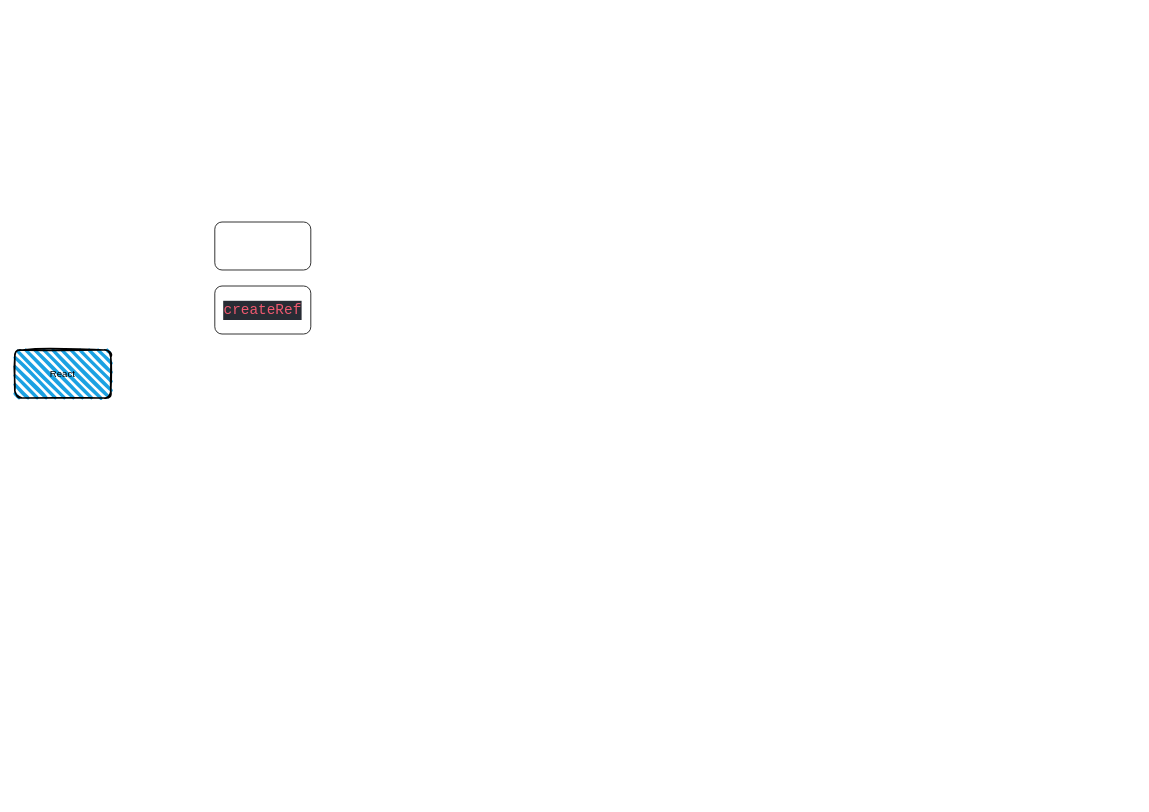
Before: arec16.8.drawio in honshena/study, a draw.io diagram. Source tidied: cells renumbered, new cells numbered last; positions are measured from the earlier drawing's top-left corner, leaving out a move shared by most shapes. Both pictures are drawn from the tidied source at 80%, with x=0, y=0 at pixel (14, 222).
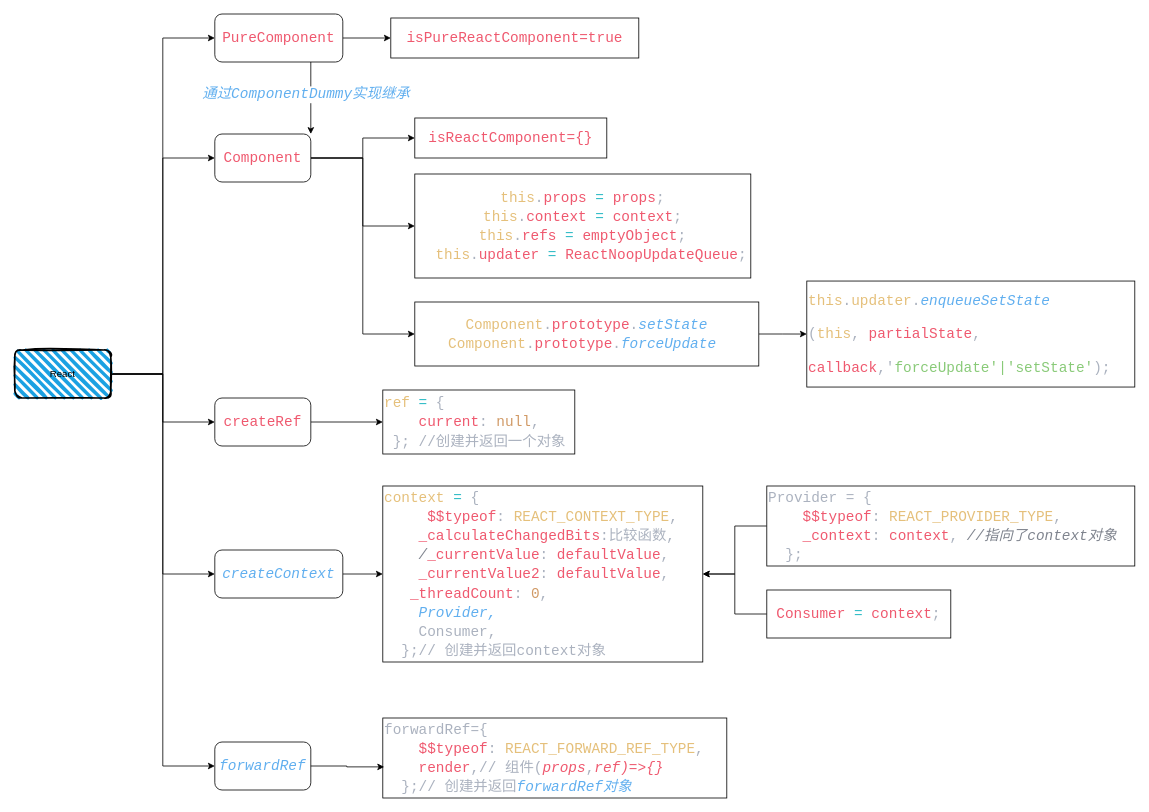
The same diagram, later.

Unchanged cells that the change refers to:
```xml
<mxCell id="2" value="React" style="rounded=1;whiteSpace=wrap;html=1;strokeWidth=2;fillWeight=4;hachureGap=8;hachureAngle=45;fillColor=#1ba1e2;sketch=1;" parent="1" vertex="1">
  <mxGeometry y="160" width="120" height="60" as="geometry" />
</mxCell>
```

Change to the diagram source:
```diff
@@
+    <mxCell id="5" style="edgeStyle=orthogonalEdgeStyle;rounded=0;jettySize=auto;html=1;exitX=1;exitY=0.5;exitDx=0;exitDy=0;entryX=0;entryY=0.5;entryDx=0;entryDy=0;" parent="1" edge="1" source="2" target="4">
+      <mxGeometry relative="1" as="geometry" />
+    </mxCell>
+    <mxCell id="6" style="edgeStyle=orthogonalEdgeStyle;rounded=0;jettySize=auto;html=1;exitX=1;exitY=0.5;exitDx=0;exitDy=0;entryX=0;entryY=0.5;entryDx=0;entryDy=0;" parent="1" edge="1" source="2" target="3">
+      <mxGeometry relative="1" as="geometry" />
+    </mxCell>
+    <mxCell id="7" style="edgeStyle=orthogonalEdgeStyle;rounded=0;jettySize=auto;html=1;exitX=1;exitY=0.5;exitDx=0;exitDy=0;entryX=0;entryY=0.5;entryDx=0;entryDy=0;" parent="1" edge="1" source="2" target="16">
+      <mxGeometry relative="1" as="geometry" />
+    </mxCell>
+    <mxCell id="8" style="edgeStyle=orthogonalEdgeStyle;rounded=0;jettySize=auto;html=1;exitX=1;exitY=0.5;exitDx=0;exitDy=0;entryX=0;entryY=0.5;entryDx=0;entryDy=0;" parent="1" edge="1" source="2" target="20">
+      <mxGeometry relative="1" as="geometry" />
+    </mxCell>
+    <mxCell id="9" style="edgeStyle=orthogonalEdgeStyle;rounded=0;jettySize=auto;html=1;exitX=1;exitY=0.5;exitDx=0;exitDy=0;entryX=0;entryY=0.5;entryDx=0;entryDy=0;" parent="1" edge="1" source="2" target="32">
+      <mxGeometry relative="1" as="geometry" />
+    </mxCell>
@@
+    <mxCell id="10" style="edgeStyle=orthogonalEdgeStyle;rounded=0;jettySize=auto;html=1;exitX=1;exitY=0.5;exitDx=0;exitDy=0;entryX=0;entryY=0.5;entryDx=0;entryDy=0;" parent="1" edge="1" source="3" target="27">
+      <mxGeometry relative="1" as="geometry" />
+    </mxCell>
-    <mxCell id="3" style="rounded=1;whiteSpace=wrap;html=1;" parent="1" vertex="1">
-      <mxGeometry x="250" width="120" height="60" as="geometry" />
+    <mxCell id="3" value="&lt;div style=&quot;color: rgb(171, 178, 191); font-family: &amp;quot;Fira code&amp;quot;, Consolas, &amp;quot;Courier New&amp;quot;, monospace, Consolas, &amp;quot;Courier New&amp;quot;, monospace; font-size: 18px; line-height: 24px; white-space: pre;&quot;&gt;&lt;span style=&quot;color: rgb(97, 175, 239); font-style: italic; background-color: rgb(255, 255, 255);&quot;&gt;createContext&lt;/span&gt;&lt;/div&gt;" style="rounded=1;whiteSpace=wrap;html=1;" parent="1" vertex="1">
+      <mxGeometry x="250" y="410" width="160" height="60" as="geometry" />
     </mxCell>
+    <mxCell id="11" style="edgeStyle=orthogonalEdgeStyle;rounded=0;jettySize=auto;html=1;exitX=1;exitY=0.5;exitDx=0;exitDy=0;" parent="1" edge="1" source="4" target="12">
+      <mxGeometry relative="1" as="geometry" />
+    </mxCell>
-    <mxCell id="4" value="&lt;div style=&quot;color: rgb(171, 178, 191); background-color: rgb(40, 44, 52); font-family: &amp;quot;Fira code&amp;quot;, Consolas, &amp;quot;Courier New&amp;quot;, monospace, Consolas, &amp;quot;Courier New&amp;quot;, monospace; font-size: 18px; line-height: 24px; white-space: pre;&quot;&gt;&lt;span style=&quot;color: #ef596f;&quot;&gt;createRef&lt;/span&gt;&lt;/div&gt;" style="rounded=1;whiteSpace=wrap;html=1;" parent="1" vertex="1">
-      <mxGeometry x="250" y="80" width="120" height="60" as="geometry" />
+    <mxCell id="4" value="&lt;div style=&quot;color: rgb(171, 178, 191); font-family: &amp;quot;Fira code&amp;quot;, Consolas, &amp;quot;Courier New&amp;quot;, monospace, Consolas, &amp;quot;Courier New&amp;quot;, monospace; font-size: 18px; line-height: 24px; white-space: pre;&quot;&gt;&lt;span style=&quot;color: rgb(239, 89, 111); background-color: rgb(255, 255, 255);&quot;&gt;createRef&lt;/span&gt;&lt;/div&gt;" style="rounded=1;whiteSpace=wrap;html=1;" parent="1" vertex="1">
+      <mxGeometry x="250" y="220" width="120" height="60" as="geometry" />
     </mxCell>
+    <mxCell id="12" value="&lt;div style=&quot;color: rgb(171, 178, 191); font-family: &amp;quot;Fira code&amp;quot;, Consolas, &amp;quot;Courier New&amp;quot;, monospace, Consolas, &amp;quot;Courier New&amp;quot;, monospace; font-size: 18px; line-height: 24px; white-space: pre;&quot;&gt;&lt;div style=&quot;&quot;&gt;&lt;span style=&quot;background-color: rgb(255, 255, 255);&quot;&gt;&lt;span style=&quot;color: rgb(229, 192, 123);&quot;&gt;ref&lt;/span&gt; &lt;span style=&quot;color: rgb(43, 186, 197);&quot;&gt;=&lt;/span&gt; {&lt;/span&gt;&lt;/div&gt;&lt;div style=&quot;&quot;&gt;&lt;span style=&quot;background-color: rgb(255, 255, 255);&quot;&gt;&amp;nbsp; &amp;nbsp; &lt;span style=&quot;color: #ef596f;&quot;&gt;current&lt;/span&gt;: &lt;span style=&quot;color: #d19a66;&quot;&gt;null&lt;/span&gt;,&lt;/span&gt;&lt;/div&gt;&lt;div style=&quot;&quot;&gt;&lt;span style=&quot;background-color: rgb(255, 255, 255);&quot;&gt;&amp;nbsp;}; //创建并返回一个对象&lt;/span&gt;&lt;/div&gt;&lt;/div&gt;" style="rounded=0;whiteSpace=wrap;html=1;align=left;" parent="1" vertex="1">
+      <mxGeometry x="460" y="210" width="240" height="80" as="geometry" />
+    </mxCell>
+    <mxCell id="13" style="edgeStyle=orthogonalEdgeStyle;rounded=0;jettySize=auto;html=1;exitX=1;exitY=0.5;exitDx=0;exitDy=0;entryX=0;entryY=0.5;entryDx=0;entryDy=0;" parent="1" edge="1" source="16" target="21">
+      <mxGeometry relative="1" as="geometry" />
+    </mxCell>
+    <mxCell id="14" style="edgeStyle=orthogonalEdgeStyle;rounded=0;jettySize=auto;html=1;exitX=1;exitY=0.5;exitDx=0;exitDy=0;entryX=0;entryY=0.5;entryDx=0;entryDy=0;" parent="1" edge="1" source="16" target="23">
+      <mxGeometry relative="1" as="geometry" />
+    </mxCell>
+    <mxCell id="15" style="edgeStyle=orthogonalEdgeStyle;rounded=0;jettySize=auto;html=1;exitX=1;exitY=0.5;exitDx=0;exitDy=0;entryX=0;entryY=0.5;entryDx=0;entryDy=0;" parent="1" edge="1" source="16" target="25">
+      <mxGeometry relative="1" as="geometry" />
+    </mxCell>
+    <mxCell id="16" value="&lt;div style=&quot;color: rgb(171, 178, 191); font-family: &amp;quot;Fira code&amp;quot;, Consolas, &amp;quot;Courier New&amp;quot;, monospace, Consolas, &amp;quot;Courier New&amp;quot;, monospace; font-size: 18px; line-height: 24px; white-space: pre;&quot;&gt;&lt;span style=&quot;color: rgb(239, 89, 111); background-color: rgb(255, 255, 255);&quot;&gt;Component&lt;/span&gt;&lt;/div&gt;" style="rounded=1;whiteSpace=wrap;html=1;" parent="1" vertex="1">
+      <mxGeometry x="250" y="-110" width="120" height="60" as="geometry" />
+    </mxCell>
+    <mxCell id="17" style="edgeStyle=orthogonalEdgeStyle;rounded=0;jettySize=auto;html=1;exitX=1;exitY=0.5;exitDx=0;exitDy=0;entryX=0;entryY=0.5;entryDx=0;entryDy=0;" parent="1" edge="1" source="20" target="22">
+      <mxGeometry relative="1" as="geometry" />
+    </mxCell>
+    <mxCell id="18" style="edgeStyle=orthogonalEdgeStyle;rounded=0;jettySize=auto;html=1;exitX=0.75;exitY=1;exitDx=0;exitDy=0;entryX=1;entryY=0;entryDx=0;entryDy=0;" parent="1" edge="1" source="20" target="16">
+      <mxGeometry relative="1" as="geometry" />
+    </mxCell>
+    <mxCell id="19" value="&lt;span style=&quot;color: rgb(97, 175, 239); font-family: &amp;quot;Fira code&amp;quot;, Consolas, &amp;quot;Courier New&amp;quot;, monospace, Consolas, &amp;quot;Courier New&amp;quot;, monospace; font-size: 18px; font-style: italic; white-space-collapse: preserve;&quot;&gt;通过ComponentDummy实现继承&lt;/span&gt;" style="edgeLabel;html=1;align=center;verticalAlign=middle;" parent="18" vertex="1">
+      <mxGeometry x="-0.12" y="-7" relative="1" as="geometry" />
+    </mxCell>
+    <mxCell id="20" value="&lt;div style=&quot;color: rgb(171, 178, 191); font-family: &amp;quot;Fira code&amp;quot;, Consolas, &amp;quot;Courier New&amp;quot;, monospace, Consolas, &amp;quot;Courier New&amp;quot;, monospace; font-size: 18px; line-height: 24px; white-space: pre;&quot;&gt;&lt;span style=&quot;color: rgb(239, 89, 111); background-color: rgb(255, 255, 255);&quot;&gt;PureComponent&lt;/span&gt;&lt;/div&gt;" style="rounded=1;whiteSpace=wrap;html=1;" parent="1" vertex="1">
+      <mxGeometry x="250" y="-260" width="160" height="60" as="geometry" />
+    </mxCell>
+    <mxCell id="21" value="&lt;div style=&quot;color: rgb(171, 178, 191); font-family: &amp;quot;Fira code&amp;quot;, Consolas, &amp;quot;Courier New&amp;quot;, monospace, Consolas, &amp;quot;Courier New&amp;quot;, monospace; font-size: 18px; line-height: 24px; white-space: pre;&quot;&gt;&lt;span style=&quot;color: rgb(239, 89, 111); background-color: rgb(255, 255, 255);&quot;&gt;isReactComponent={}&lt;/span&gt;&lt;/div&gt;" style="rounded=0;whiteSpace=wrap;html=1;" parent="1" vertex="1">
+      <mxGeometry x="500" y="-130" width="240" height="50" as="geometry" />
+    </mxCell>
+    <mxCell id="22" value="&lt;div style=&quot;color: rgb(171, 178, 191); font-family: &amp;quot;Fira code&amp;quot;, Consolas, &amp;quot;Courier New&amp;quot;, monospace, Consolas, &amp;quot;Courier New&amp;quot;, monospace; font-size: 18px; line-height: 24px; white-space: pre;&quot;&gt;&lt;span style=&quot;color: rgb(239, 89, 111); background-color: rgb(255, 255, 255);&quot;&gt;isPureReactComponent=true&lt;/span&gt;&lt;/div&gt;" style="rounded=0;whiteSpace=wrap;html=1;" parent="1" vertex="1">
+      <mxGeometry x="470" y="-255" width="310" height="50" as="geometry" />
+    </mxCell>
+    <mxCell id="23" value="&lt;div style=&quot;color: rgb(171, 178, 191); font-family: &amp;quot;Fira code&amp;quot;, Consolas, &amp;quot;Courier New&amp;quot;, monospace, Consolas, &amp;quot;Courier New&amp;quot;, monospace; font-size: 18px; line-height: 24px; white-space: pre;&quot;&gt;&lt;div style=&quot;line-height: 24px;&quot;&gt;&lt;div style=&quot;&quot;&gt;&lt;span style=&quot;color: rgb(229, 192, 123);&quot;&gt;this&lt;/span&gt;&lt;span style=&quot;background-color: rgb(255, 255, 255);&quot;&gt;.&lt;/span&gt;&lt;span style=&quot;color: rgb(239, 89, 111);&quot;&gt;props&lt;/span&gt;&lt;span style=&quot;background-color: rgb(255, 255, 255);&quot;&gt; &lt;/span&gt;&lt;span style=&quot;color: rgb(43, 186, 197);&quot;&gt;=&lt;/span&gt;&lt;span style=&quot;background-color: rgb(255, 255, 255);&quot;&gt; &lt;/span&gt;&lt;span style=&quot;color: rgb(239, 89, 111);&quot;&gt;props&lt;/span&gt;&lt;span style=&quot;background-color: rgb(255, 255, 255);&quot;&gt;;&lt;/span&gt;&lt;/div&gt;&lt;div style=&quot;&quot;&gt;&lt;span style=&quot;background-color: initial; color: rgb(229, 192, 123);&quot;&gt;this&lt;/span&gt;&lt;span style=&quot;background-color: rgb(255, 255, 255);&quot;&gt;.&lt;/span&gt;&lt;span style=&quot;background-color: initial; color: rgb(239, 89, 111);&quot;&gt;context&lt;/span&gt;&lt;span style=&quot;background-color: rgb(255, 255, 255);&quot;&gt; &lt;/span&gt;&lt;span style=&quot;background-color: initial; color: rgb(43, 186, 197);&quot;&gt;=&lt;/span&gt;&lt;span style=&quot;background-color: rgb(255, 255, 255);&quot;&gt; &lt;/span&gt;&lt;span style=&quot;background-color: initial; color: rgb(239, 89, 111);&quot;&gt;context&lt;/span&gt;&lt;span style=&quot;background-color: rgb(255, 255, 255);&quot;&gt;;&lt;/span&gt;&lt;/div&gt;&lt;div style=&quot;&quot;&gt;&lt;span style=&quot;background-color: rgb(255, 255, 255);&quot;&gt;&amp;nbsp;&lt;/span&gt;&lt;span style=&quot;background-color: rgb(255, 255, 255);&quot;&gt;&lt;span style=&quot;color: #e5c07b;&quot;&gt;this&lt;/span&gt;.&lt;span style=&quot;color: #ef596f;&quot;&gt;refs&lt;/span&gt; &lt;span style=&quot;color: #2bbac5;&quot;&gt;=&lt;/span&gt; &lt;span style=&quot;color: #ef596f;&quot;&gt;emptyObject&lt;/span&gt;;&lt;/span&gt;&lt;span style=&quot;background-color: rgb(255, 255, 255);&quot;&gt;&amp;nbsp;&lt;/span&gt;&lt;/div&gt;&lt;div style=&quot;&quot;&gt;&lt;span style=&quot;background-color: rgb(255, 255, 255);&quot;&gt;&amp;nbsp; &lt;span style=&quot;color: rgb(229, 192, 123);&quot;&gt;this&lt;/span&gt;.&lt;span style=&quot;color: rgb(239, 89, 111);&quot;&gt;updater&lt;/span&gt; &lt;span style=&quot;color: rgb(43, 186, 197);&quot;&gt;=&lt;/span&gt; &lt;span style=&quot;color: rgb(239, 89, 111);&quot;&gt;ReactNoopUpdateQueue&lt;/span&gt;;&lt;/span&gt;&lt;/div&gt;&lt;/div&gt;&lt;/div&gt;" style="rounded=0;whiteSpace=wrap;html=1;" parent="1" vertex="1">
+      <mxGeometry x="500" y="-60" width="420" height="130" as="geometry" />
+    </mxCell>
+    <mxCell id="24" style="edgeStyle=orthogonalEdgeStyle;rounded=0;jettySize=auto;html=1;exitX=1;exitY=0.5;exitDx=0;exitDy=0;entryX=0;entryY=0.5;entryDx=0;entryDy=0;" parent="1" edge="1" source="25" target="26">
+      <mxGeometry relative="1" as="geometry" />
+    </mxCell>
+    <mxCell id="25" value="&lt;div style=&quot;color: rgb(171, 178, 191); font-family: &amp;quot;Fira code&amp;quot;, Consolas, &amp;quot;Courier New&amp;quot;, monospace, Consolas, &amp;quot;Courier New&amp;quot;, monospace; font-size: 18px; line-height: 24px; white-space: pre;&quot;&gt;&lt;span style=&quot;background-color: rgb(255, 255, 255);&quot;&gt;&lt;span style=&quot;color: rgb(229, 192, 123);&quot;&gt;Component&lt;/span&gt;.&lt;span style=&quot;color: rgb(239, 89, 111);&quot;&gt;prototype&lt;/span&gt;.&lt;span style=&quot;color: rgb(97, 175, 239); font-style: italic;&quot;&gt;setState&lt;/span&gt;&lt;/span&gt;&lt;/div&gt;&lt;div style=&quot;color: rgb(171, 178, 191); font-family: &amp;quot;Fira code&amp;quot;, Consolas, &amp;quot;Courier New&amp;quot;, monospace, Consolas, &amp;quot;Courier New&amp;quot;, monospace; font-size: 18px; line-height: 24px; white-space: pre;&quot;&gt;&lt;div style=&quot;line-height: 24px;&quot;&gt;&lt;span style=&quot;background-color: rgb(255, 255, 255);&quot;&gt;&lt;span style=&quot;color: rgb(229, 192, 123);&quot;&gt;Component&lt;/span&gt;.&lt;span style=&quot;color: rgb(239, 89, 111);&quot;&gt;prototype&lt;/span&gt;.&lt;span style=&quot;color: rgb(97, 175, 239); font-style: italic;&quot;&gt;forceUpdate&lt;/span&gt; &lt;/span&gt;&lt;/div&gt;&lt;/div&gt;" style="rounded=0;whiteSpace=wrap;html=1;" parent="1" vertex="1">
+      <mxGeometry x="500" y="100" width="430" height="80" as="geometry" />
+    </mxCell>
+    <mxCell id="26" value="&lt;p style=&quot;color: rgb(171, 178, 191); font-family: &amp;quot;Fira code&amp;quot;, Consolas, &amp;quot;Courier New&amp;quot;, monospace, Consolas, &amp;quot;Courier New&amp;quot;, monospace; font-size: 18px; line-height: 24px; white-space: pre;&quot;&gt;&lt;span style=&quot;background-color: rgb(255, 255, 255);&quot;&gt;&lt;span style=&quot;color: rgb(229, 192, 123);&quot;&gt;this&lt;/span&gt;.&lt;span style=&quot;color: rgb(229, 192, 123);&quot;&gt;updater&lt;/span&gt;.&lt;span style=&quot;color: rgb(97, 175, 239); font-style: italic;&quot;&gt;enqueueSetState&lt;/span&gt;&lt;/span&gt;&lt;/p&gt;&lt;p style=&quot;color: rgb(171, 178, 191); font-family: &amp;quot;Fira code&amp;quot;, Consolas, &amp;quot;Courier New&amp;quot;, monospace, Consolas, &amp;quot;Courier New&amp;quot;, monospace; font-size: 18px; line-height: 24px; white-space: pre;&quot;&gt;&lt;span style=&quot;background-color: rgb(255, 255, 255);&quot;&gt;(&lt;span style=&quot;color: rgb(229, 192, 123);&quot;&gt;this&lt;/span&gt;, &lt;/span&gt;&lt;span style=&quot;color: rgb(239, 89, 111);&quot;&gt;partialState&lt;/span&gt;&lt;span style=&quot;background-color: rgb(255, 255, 255);&quot;&gt;, &lt;/span&gt;&lt;/p&gt;&lt;p style=&quot;color: rgb(171, 178, 191); font-family: &amp;quot;Fira code&amp;quot;, Consolas, &amp;quot;Courier New&amp;quot;, monospace, Consolas, &amp;quot;Courier New&amp;quot;, monospace; font-size: 18px; line-height: 24px; white-space: pre;&quot;&gt;&lt;span style=&quot;background-color: rgb(255, 255, 255);&quot;&gt;&lt;span style=&quot;color: rgb(239, 89, 111);&quot;&gt;callback&lt;/span&gt;,&lt;/span&gt;&lt;span style=&quot;background-color: rgb(255, 255, 255);&quot;&gt;'&lt;/span&gt;&lt;span style=&quot;color: rgb(137, 202, 120);&quot;&gt;forceUpdate'|&lt;/span&gt;&lt;span style=&quot;color: rgb(137, 202, 120);&quot;&gt;'setState'&lt;/span&gt;&lt;span style=&quot;background-color: rgb(255, 255, 255);&quot;&gt;);&lt;/span&gt;&lt;/p&gt;" style="rounded=0;whiteSpace=wrap;html=1;align=left;" parent="1" vertex="1">
+      <mxGeometry x="990" y="73.8" width="410" height="132.5" as="geometry" />
+    </mxCell>
+    <mxCell id="27" value="&lt;div&gt;&lt;div style=&quot;color: rgb(171, 178, 191); font-family: &amp;quot;Fira code&amp;quot;, Consolas, &amp;quot;Courier New&amp;quot;, monospace, Consolas, &amp;quot;Courier New&amp;quot;, monospace; font-size: 18px; line-height: 24px; white-space: pre;&quot;&gt;&lt;div style=&quot;&quot;&gt;&lt;span style=&quot;background-color: rgb(255, 255, 255);&quot;&gt;&lt;span style=&quot;color: #e5c07b;&quot;&gt;context&lt;/span&gt; &lt;span style=&quot;color: #2bbac5;&quot;&gt;=&lt;/span&gt; {&lt;/span&gt;&lt;/div&gt;&lt;div style=&quot;&quot;&gt;&lt;span style=&quot;background-color: rgb(255, 255, 255);&quot;&gt;&amp;nbsp; &amp;nbsp;  &lt;span style=&quot;color: rgb(239, 89, 111);&quot;&gt;$$typeof&lt;/span&gt;: &lt;span style=&quot;color: rgb(229, 192, 123);&quot;&gt;REACT_CONTEXT_TYPE&lt;/span&gt;,&lt;/span&gt;&lt;/div&gt;&lt;div style=&quot;&quot;&gt;&lt;span style=&quot;background-color: rgb(255, 255, 255);&quot;&gt;&amp;nbsp; &amp;nbsp; &lt;span style=&quot;color: #ef596f;&quot;&gt;_calculateChangedBits&lt;/span&gt;:比较函数,&lt;/span&gt;&lt;/div&gt;&lt;div style=&quot;&quot;&gt;&lt;span style=&quot;background-color: rgb(255, 255, 255);&quot;&gt;&amp;nbsp; &amp;nbsp; &lt;span style=&quot;color: #7f848e;font-style: italic;&quot;&gt;/&lt;/span&gt;&lt;span style=&quot;color: rgb(239, 89, 111);&quot;&gt;_currentValue&lt;/span&gt;: &lt;span style=&quot;color: rgb(239, 89, 111);&quot;&gt;defaultValue&lt;/span&gt;,&lt;/span&gt;&lt;/div&gt;&lt;div style=&quot;&quot;&gt;&lt;span style=&quot;background-color: rgb(255, 255, 255);&quot;&gt;&amp;nbsp; &amp;nbsp; &lt;span style=&quot;color: #ef596f;&quot;&gt;_currentValue2&lt;/span&gt;: &lt;span style=&quot;color: #ef596f;&quot;&gt;defaultValue&lt;/span&gt;,&lt;/span&gt;&lt;/div&gt;&lt;div style=&quot;&quot;&gt;&lt;span style=&quot;background-color: rgb(255, 255, 255);&quot;&gt;&amp;nbsp; &amp;nbsp;&lt;span style=&quot;color: rgb(239, 89, 111);&quot;&gt;_threadCount&lt;/span&gt;: &lt;span style=&quot;color: rgb(209, 154, 102);&quot;&gt;0&lt;/span&gt;, &lt;/span&gt;&lt;/div&gt;&lt;div style=&quot;&quot;&gt;&lt;span style=&quot;background-color: rgb(255, 255, 255);&quot;&gt;&amp;nbsp; &amp;nbsp; &lt;span style=&quot;color: #61afef;font-style: italic;&quot;&gt;Provider,&lt;/span&gt;&lt;/span&gt;&lt;/div&gt;&lt;div style=&quot;&quot;&gt;&lt;span style=&quot;background-color: rgb(255, 255, 255);&quot;&gt;&amp;nbsp; &amp;nbsp; Consumer,&lt;/span&gt;&lt;/div&gt;&lt;div style=&quot;&quot;&gt;&lt;span style=&quot;background-color: rgb(255, 255, 255);&quot;&gt;&amp;nbsp; };// 创建并返回context对象&lt;/span&gt;&lt;/div&gt;&lt;/div&gt;&lt;/div&gt;" style="rounded=0;whiteSpace=wrap;html=1;align=left;" parent="1" vertex="1">
+      <mxGeometry x="460" y="330" width="400" height="220" as="geometry" />
+    </mxCell>
+    <mxCell id="28" style="edgeStyle=orthogonalEdgeStyle;rounded=0;jettySize=auto;html=1;exitX=0;exitY=0.5;exitDx=0;exitDy=0;entryX=1;entryY=0.5;entryDx=0;entryDy=0;" parent="1" edge="1" source="29" target="27">
+      <mxGeometry relative="1" as="geometry" />
+    </mxCell>
+    <mxCell id="29" value="&lt;div style=&quot;color: rgb(171, 178, 191); font-family: &amp;quot;Fira code&amp;quot;, Consolas, &amp;quot;Courier New&amp;quot;, monospace, Consolas, &amp;quot;Courier New&amp;quot;, monospace; font-size: 18px; line-height: 24px; white-space: pre;&quot;&gt;&lt;div style=&quot;&quot;&gt;&lt;span style=&quot;background-color: rgb(255, 255, 255);&quot;&gt;Provider = {&lt;/span&gt;&lt;/div&gt;&lt;div style=&quot;&quot;&gt;&lt;span style=&quot;background-color: rgb(255, 255, 255);&quot;&gt;&amp;nbsp; &amp;nbsp; &lt;span style=&quot;color: #ef596f;&quot;&gt;$$typeof&lt;/span&gt;: &lt;span style=&quot;color: #e5c07b;&quot;&gt;REACT_PROVIDER_TYPE&lt;/span&gt;,&lt;/span&gt;&lt;/div&gt;&lt;div style=&quot;&quot;&gt;&lt;span style=&quot;background-color: rgb(255, 255, 255);&quot;&gt;&amp;nbsp; &amp;nbsp; &lt;span style=&quot;color: #ef596f;&quot;&gt;_context&lt;/span&gt;: &lt;span style=&quot;color: #ef596f;&quot;&gt;context&lt;/span&gt;, &lt;span style=&quot;color: #7f848e;font-style: italic;&quot;&gt;//指向了context对象&lt;/span&gt;&lt;/span&gt;&lt;/div&gt;&lt;div style=&quot;&quot;&gt;&lt;span style=&quot;background-color: rgb(255, 255, 255);&quot;&gt;&amp;nbsp; };&lt;/span&gt;&lt;/div&gt;&lt;/div&gt;" style="rounded=0;whiteSpace=wrap;html=1;align=left;" parent="1" vertex="1">
+      <mxGeometry x="940" y="330" width="460" height="100" as="geometry" />
+    </mxCell>
+    <mxCell id="30" style="edgeStyle=orthogonalEdgeStyle;rounded=0;jettySize=auto;html=1;exitX=0;exitY=0.5;exitDx=0;exitDy=0;entryX=1;entryY=0.5;entryDx=0;entryDy=0;" parent="1" edge="1" source="31" target="27">
+      <mxGeometry relative="1" as="geometry" />
+    </mxCell>
+    <mxCell id="31" value="&lt;div style=&quot;color: rgb(171, 178, 191); font-family: &amp;quot;Fira code&amp;quot;, Consolas, &amp;quot;Courier New&amp;quot;, monospace, Consolas, &amp;quot;Courier New&amp;quot;, monospace; font-size: 18px; line-height: 24px; white-space: pre;&quot;&gt;&lt;span style=&quot;background-color: rgb(255, 255, 255);&quot;&gt;&lt;span style=&quot;color: rgb(239, 89, 111);&quot;&gt;Consumer&lt;/span&gt; &lt;span style=&quot;color: rgb(43, 186, 197);&quot;&gt;=&lt;/span&gt; &lt;span style=&quot;color: rgb(239, 89, 111);&quot;&gt;context&lt;/span&gt;;&lt;/span&gt;&lt;/div&gt;" style="rounded=0;whiteSpace=wrap;html=1;" parent="1" vertex="1">
+      <mxGeometry x="940" y="460" width="230" height="60" as="geometry" />
+    </mxCell>
+    <mxCell id="32" value="&lt;div style=&quot;color: rgb(171, 178, 191); font-family: &amp;quot;Fira code&amp;quot;, Consolas, &amp;quot;Courier New&amp;quot;, monospace, Consolas, &amp;quot;Courier New&amp;quot;, monospace; font-size: 18px; line-height: 24px; white-space: pre;&quot;&gt;&lt;span style=&quot;color: rgb(97, 175, 239); font-style: italic; background-color: rgb(255, 255, 255);&quot;&gt;forwardRef&lt;/span&gt;&lt;/div&gt;" style="rounded=1;whiteSpace=wrap;html=1;" parent="1" vertex="1">
+      <mxGeometry x="250" y="650" width="120" height="60" as="geometry" />
+    </mxCell>
+    <mxCell id="33" value="&lt;div style=&quot;font-family: &amp;quot;Fira code&amp;quot;, Consolas, &amp;quot;Courier New&amp;quot;, monospace, Consolas, &amp;quot;Courier New&amp;quot;, monospace; font-size: 18px; line-height: 24px; white-space: pre;&quot;&gt;&lt;div style=&quot;color: rgb(171, 178, 191);&quot;&gt;&lt;span style=&quot;background-color: rgb(255, 255, 255);&quot;&gt;forwardRef={&lt;/span&gt;&lt;/div&gt;&lt;div style=&quot;color: rgb(171, 178, 191);&quot;&gt;&lt;span style=&quot;background-color: rgb(255, 255, 255);&quot;&gt;&amp;nbsp; &amp;nbsp; &lt;span style=&quot;color: #ef596f;&quot;&gt;$$typeof&lt;/span&gt;: &lt;span style=&quot;color: #e5c07b;&quot;&gt;REACT_FORWARD_REF_TYPE&lt;/span&gt;,&lt;/span&gt;&lt;/div&gt;&lt;div style=&quot;&quot;&gt;&lt;span style=&quot;background-color: rgb(255, 255, 255);&quot;&gt;&lt;font color=&quot;#abb2bf&quot;&gt;&amp;nbsp; &amp;nbsp; &lt;/font&gt;&lt;span style=&quot;color: rgb(239, 89, 111);&quot;&gt;render&lt;/span&gt;&lt;font color=&quot;#abb2bf&quot;&gt;,// 组件(&lt;/font&gt;&lt;span style=&quot;color: rgb(239, 89, 111); font-style: italic;&quot;&gt;props&lt;/span&gt;&lt;font color=&quot;#abb2bf&quot;&gt;,&lt;/font&gt;&lt;span style=&quot;color: rgb(239, 89, 111); font-style: italic;&quot;&gt;ref)=&amp;gt;{}&lt;/span&gt;&lt;/span&gt;&lt;/div&gt;&lt;div style=&quot;color: rgb(171, 178, 191);&quot;&gt;&lt;span style=&quot;background-color: rgb(255, 255, 255);&quot;&gt;&amp;nbsp; };// 创建并返回&lt;/span&gt;&lt;span style=&quot;color: rgb(97, 175, 239); font-style: italic; background-color: rgb(255, 255, 255);&quot;&gt;forwardRef对象&lt;/span&gt;&lt;/div&gt;&lt;/div&gt;" style="rounded=0;whiteSpace=wrap;html=1;align=left;" parent="1" vertex="1">
+      <mxGeometry x="460" y="620" width="430" height="100" as="geometry" />
+    </mxCell>
+    <mxCell id="34" style="edgeStyle=orthogonalEdgeStyle;rounded=0;jettySize=auto;html=1;exitX=1;exitY=0.5;exitDx=0;exitDy=0;entryX=0.004;entryY=0.611;entryDx=0;entryDy=0;entryPerimeter=0;" parent="1" edge="1" source="32" target="33">
+      <mxGeometry relative="1" as="geometry" />
+    </mxCell>
```
